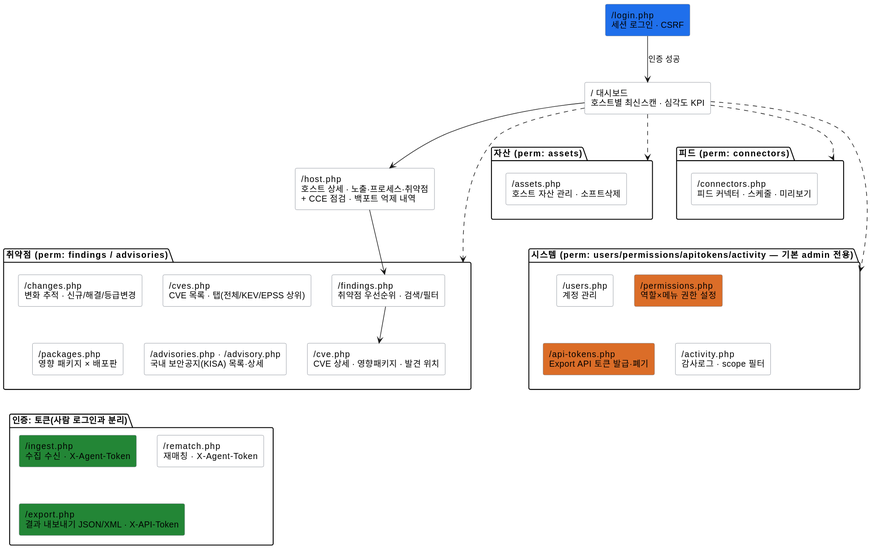
The PlantUML diagram docs/specs/diagrams/사이트맵.svg in JeongDoWook/vuln-agent, before a commit.
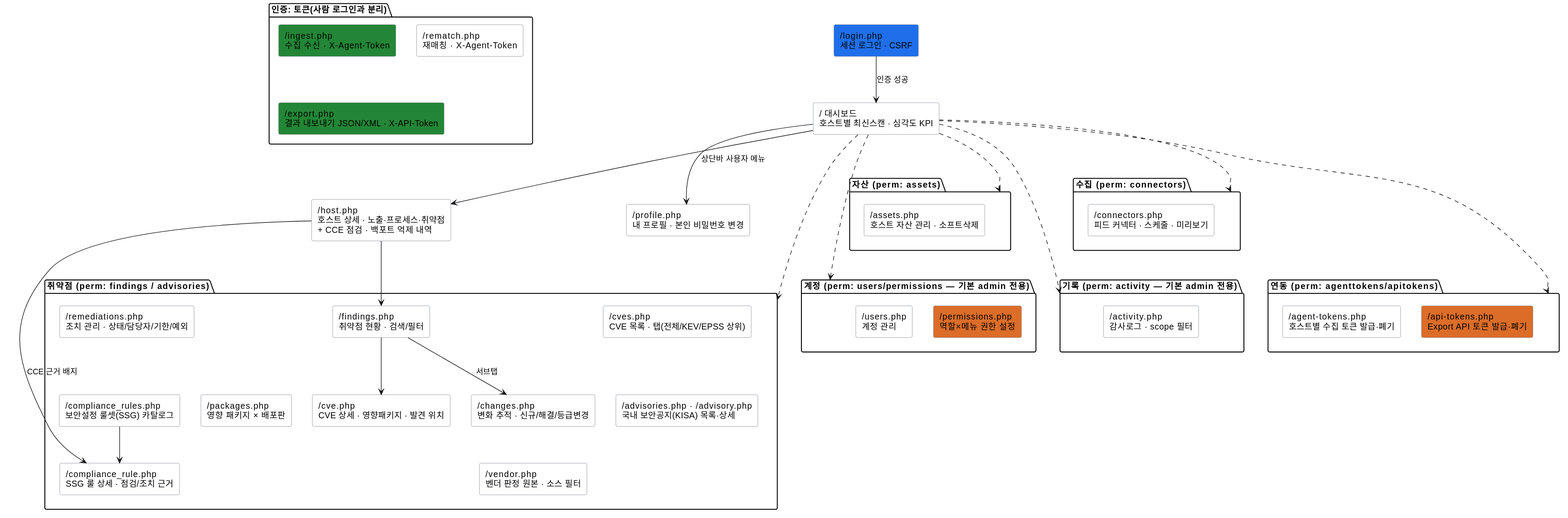
The same diagram one commit later.

What changed in the source:
```diff
@@ -9,13 +9,18 @@
 rectangle "/login.php\n세션 로그인 · CSRF" as LOGIN #1f6feb
 rectangle "/ 대시보드\n호스트별 최신스캔 · 심각도 KPI" as DASH
 rectangle "/host.php\n호스트 상세 · 노출·프로세스·취약점\n+ CCE 점검 · 백포트 억제 내역" as HOST
+rectangle "/profile.php\n내 프로필 · 본인 비밀번호 변경" as PROF
 
 package "취약점 (perm: findings / advisories)" as Vuln {
-    rectangle "/findings.php\n취약점 우선순위 · 검색/필터" as FIND
+    rectangle "/findings.php\n취약점 현황 · 검색/필터" as FIND
     rectangle "/changes.php\n변화 추적 · 신규/해결/등급변경" as CHG
+    rectangle "/remediations.php\n조치 관리 · 상태/담당자/기한/예외" as REMED
     rectangle "/cves.php\nCVE 목록 · 탭(전체/KEV/EPSS 상위)" as CVES
     rectangle "/cve.php\nCVE 상세 · 영향패키지 · 발견 위치" as CVE
     rectangle "/packages.php\n영향 패키지 × 배포판" as PKG
+    rectangle "/vendor.php\n벤더 판정 원본 · 소스 필터" as VEND
+    rectangle "/compliance_rules.php\n보안설정 룰셋(SSG) 카탈로그" as CRULES
+    rectangle "/compliance_rule.php\nSSG 룰 상세 · 점검/조치 근거" as CRULE
     rectangle "/advisories.php · /advisory.php\n국내 보안공지(KISA) 목록·상세" as ADV
 }
 
@@ -23,14 +28,21 @@
     rectangle "/assets.php\n호스트 자산 관리 · 소프트삭제" as ASSETS
 }
 
-package "피드 (perm: connectors)" as Feed {
+package "수집 (perm: connectors)" as Feed {
     rectangle "/connectors.php\n피드 커넥터 · 스케줄 · 미리보기" as CONN
 }
 
-package "시스템 (perm: users/permissions/apitokens/activity — 기본 admin 전용)" as Sys {
+package "계정 (perm: users/permissions — 기본 admin 전용)" as Acct {
     rectangle "/users.php\n계정 관리" as USERS
     rectangle "/permissions.php\n역할×메뉴 권한 설정" as PERM #db6d28
+}
+
+package "연동 (perm: agenttokens/apitokens)" as Integ {
+    rectangle "/agent-tokens.php\n호스트별 수집 토큰 발급·폐기" as ATOK
     rectangle "/api-tokens.php\nExport API 토큰 발급·폐기" as TOK #db6d28
+}
+
+package "기록 (perm: activity — 기본 admin 전용)" as Rec {
     rectangle "/activity.php\n감사로그 · scope 필터" as ACT
 }
 
@@ -41,13 +53,28 @@
 }
 
 LOGIN --> DASH : 인증 성공
+DASH --> PROF : 상단바 사용자 메뉴
 
 DASH --> HOST
 HOST --> FIND
 FIND --> CVE
+FIND --> CHG : 서브탭
+HOST --> CRULE : CCE 근거 배지
+CRULES --> CRULE
+
+FIND -[hidden]down- PKG
+CHG  -[hidden]down- VEND
+REMED -[hidden]down- CRULES
+CVES -[hidden]down- ADV
 
 DASH ..> Vuln
 DASH ..> Asset
 DASH ..> Feed
-DASH ..> Sys
+DASH ..> Acct
+DASH ..> Integ
+DASH ..> Rec
+
+ASSETS -[hidden]down- USERS
+CONN   -[hidden]down- ATOK
+CONN   -[hidden]down- ACT
 @enduml
```
